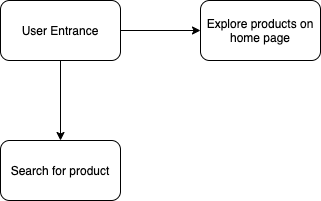
ethanh6/wi21-cse110-lab4 keeps this draw.io diagram as part2/part2.drawio.png. Above is the earlier version. Source tidied: cells renumbered, new cells last; positions are measured from the earlier drawing's top-left corner, leaving out a move shared by most shapes. The source it was exported from:
```xml
<mxGraphModel>
  <root>
    <mxCell id="0" />
    <mxCell id="1" parent="0" />
    <mxCell id="2" style="edgeStyle=orthogonalEdgeStyle;rounded=0;jettySize=auto;html=1;" parent="1" edge="1" source="4" target="5">
      <mxGeometry relative="1" as="geometry" />
    </mxCell>
    <mxCell id="3" style="edgeStyle=orthogonalEdgeStyle;rounded=0;jettySize=auto;html=1;" parent="1" edge="1" source="4" target="6">
      <mxGeometry relative="1" as="geometry" />
    </mxCell>
    <mxCell id="4" value="User Entrance" style="rounded=1;whiteSpace=wrap;html=1;" parent="1" vertex="1">
      <mxGeometry width="120" height="60" as="geometry" />
    </mxCell>
    <mxCell id="5" value="Search for product" style="whiteSpace=wrap;html=1;rounded=1;" parent="1" vertex="1">
      <mxGeometry y="140" width="120" height="60" as="geometry" />
    </mxCell>
    <mxCell id="6" value="Explore products on home page" style="whiteSpace=wrap;html=1;rounded=1;" parent="1" vertex="1">
      <mxGeometry x="200" width="120" height="60" as="geometry" />
    </mxCell>
  </root>
</mxGraphModel>
```
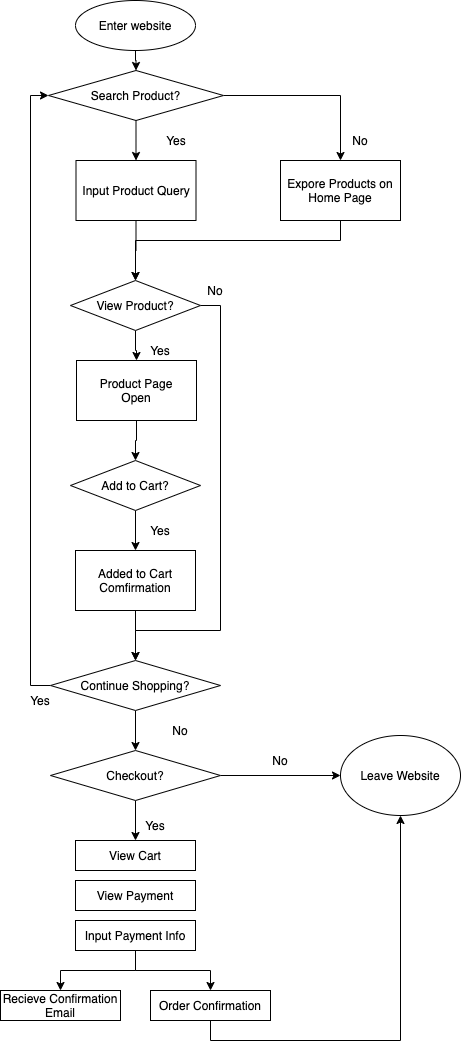
The same file after the commit.

Change to the diagram source:
```diff
@@ -2,20 +2,149 @@
   <root>
     <mxCell id="0" />
     <mxCell id="1" parent="0" />
-    <mxCell id="2" style="edgeStyle=orthogonalEdgeStyle;rounded=0;jettySize=auto;html=1;" parent="1" edge="1" source="4" target="5">
-      <mxGeometry relative="1" as="geometry" />
-    </mxCell>
+    <mxCell id="7" style="edgeStyle=orthogonalEdgeStyle;rounded=0;jettySize=auto;html=1;exitX=0.5;exitY=1;exitDx=0;exitDy=0;" parent="1" edge="1" target="4">
+      <mxGeometry relative="1" as="geometry">
+        <mxPoint x="185" y="-100" as="sourcePoint" />
+      </mxGeometry>
+    </mxCell>
+    <mxCell id="6" style="edgeStyle=orthogonalEdgeStyle;rounded=0;jettySize=auto;html=1;" parent="1" edge="1" source="4" target="5">
+      <mxGeometry relative="1" as="geometry" />
+    </mxCell>
-    <mxCell id="3" style="edgeStyle=orthogonalEdgeStyle;rounded=0;jettySize=auto;html=1;" parent="1" edge="1" source="4" target="6">
+    <mxCell id="3" style="edgeStyle=orthogonalEdgeStyle;rounded=0;jettySize=auto;html=1;exitX=1;exitY=0.5;exitDx=0;exitDy=0;entryX=0.5;entryY=0;entryDx=0;entryDy=0;" parent="1" edge="1" source="4" target="2">
       <mxGeometry relative="1" as="geometry" />
     </mxCell>
-    <mxCell id="4" value="User Entrance" style="rounded=1;whiteSpace=wrap;html=1;" parent="1" vertex="1">
-      <mxGeometry width="120" height="60" as="geometry" />
+    <mxCell id="4" value="Search Product?" style="rhombus;whiteSpace=wrap;html=1;" parent="1" vertex="1">
+      <mxGeometry x="98" y="-70" width="175" height="50" as="geometry" />
     </mxCell>
+    <mxCell id="8" style="edgeStyle=orthogonalEdgeStyle;rounded=0;jettySize=auto;html=1;entryX=0.5;entryY=0;entryDx=0;entryDy=0;" parent="1" edge="1" source="5" target="14">
+      <mxGeometry relative="1" as="geometry" />
+    </mxCell>
-    <mxCell id="5" value="Search for product" style="whiteSpace=wrap;html=1;rounded=1;" parent="1" vertex="1">
-      <mxGeometry y="140" width="120" height="60" as="geometry" />
+    <mxCell id="5" value="Input Product Query" style="rounded=0;whiteSpace=wrap;html=1;" parent="1" vertex="1">
+      <mxGeometry x="125.5" y="20" width="120" height="60" as="geometry" />
     </mxCell>
-    <mxCell id="6" value="Explore products on home page" style="whiteSpace=wrap;html=1;rounded=1;" parent="1" vertex="1">
-      <mxGeometry x="200" width="120" height="60" as="geometry" />
-    </mxCell>
+    <mxCell id="9" style="edgeStyle=orthogonalEdgeStyle;rounded=0;jettySize=auto;html=1;entryX=0.5;entryY=0;entryDx=0;entryDy=0;" parent="1" edge="1" source="2" target="14">
+      <mxGeometry relative="1" as="geometry">
+        <Array as="points">
+          <mxPoint x="390" y="100" />
+          <mxPoint x="185" y="100" />
+        </Array>
+      </mxGeometry>
+    </mxCell>
+    <mxCell id="2" value="Expore Products on Home Page" style="rounded=0;whiteSpace=wrap;html=1;" parent="1" vertex="1">
+      <mxGeometry x="330" y="20" width="120" height="60" as="geometry" />
+    </mxCell>
+    <mxCell id="10" value="Yes" style="text;html=1;strokeColor=none;fillColor=none;align=center;verticalAlign=middle;whiteSpace=wrap;rounded=0;" parent="1" vertex="1">
+      <mxGeometry x="206" y="-10" width="40" height="20" as="geometry" />
+    </mxCell>
+    <mxCell id="11" value="No" style="text;html=1;strokeColor=none;fillColor=none;align=center;verticalAlign=middle;whiteSpace=wrap;rounded=0;" parent="1" vertex="1">
+      <mxGeometry x="390" y="-10" width="40" height="20" as="geometry" />
+    </mxCell>
+    <mxCell id="12" style="edgeStyle=orthogonalEdgeStyle;rounded=0;jettySize=auto;html=1;" parent="1" edge="1" source="14" target="16">
+      <mxGeometry relative="1" as="geometry" />
+    </mxCell>
+    <mxCell id="13" style="edgeStyle=orthogonalEdgeStyle;rounded=0;jettySize=auto;html=1;exitX=1;exitY=0.5;exitDx=0;exitDy=0;entryX=0.5;entryY=0;entryDx=0;entryDy=0;" parent="1" edge="1" source="14" target="25">
+      <mxGeometry relative="1" as="geometry">
+        <Array as="points">
+          <mxPoint x="270" y="165" />
+          <mxPoint x="270" y="490" />
+          <mxPoint x="185" y="490" />
+        </Array>
+      </mxGeometry>
+    </mxCell>
+    <mxCell id="14" value="View Product?" style="rhombus;whiteSpace=wrap;html=1;" parent="1" vertex="1">
+      <mxGeometry x="120" y="140" width="130" height="50" as="geometry" />
+    </mxCell>
+    <mxCell id="15" style="edgeStyle=orthogonalEdgeStyle;rounded=0;jettySize=auto;html=1;" parent="1" edge="1" source="16" target="18">
+      <mxGeometry relative="1" as="geometry" />
+    </mxCell>
+    <mxCell id="16" value="Product Page&lt;br&gt;Open" style="rounded=0;whiteSpace=wrap;html=1;" parent="1" vertex="1">
+      <mxGeometry x="126" y="220" width="120" height="60" as="geometry" />
+    </mxCell>
+    <mxCell id="17" style="edgeStyle=orthogonalEdgeStyle;rounded=0;jettySize=auto;html=1;" parent="1" edge="1" source="18" target="20">
+      <mxGeometry relative="1" as="geometry" />
+    </mxCell>
+    <mxCell id="18" value="Add to Cart?" style="rhombus;whiteSpace=wrap;html=1;" parent="1" vertex="1">
+      <mxGeometry x="120" y="320" width="130" height="50" as="geometry" />
+    </mxCell>
+    <mxCell id="19" style="edgeStyle=orthogonalEdgeStyle;rounded=0;jettySize=auto;html=1;" parent="1" edge="1" source="20" target="25">
+      <mxGeometry relative="1" as="geometry">
+        <Array as="points">
+          <mxPoint x="185" y="490" />
+          <mxPoint x="185" y="490" />
+        </Array>
+      </mxGeometry>
+    </mxCell>
+    <mxCell id="20" value="Added to Cart Comfirmation" style="rounded=0;whiteSpace=wrap;html=1;" parent="1" vertex="1">
+      <mxGeometry x="125" y="410" width="120" height="60" as="geometry" />
+    </mxCell>
+    <mxCell id="21" value="Yes" style="text;html=1;strokeColor=none;fillColor=none;align=center;verticalAlign=middle;whiteSpace=wrap;rounded=0;" parent="1" vertex="1">
+      <mxGeometry x="190" y="200" width="40" height="20" as="geometry" />
+    </mxCell>
+    <mxCell id="22" value="Yes" style="text;html=1;strokeColor=none;fillColor=none;align=center;verticalAlign=middle;whiteSpace=wrap;rounded=0;" parent="1" vertex="1">
+      <mxGeometry x="190" y="380" width="40" height="20" as="geometry" />
+    </mxCell>
+    <mxCell id="23" style="edgeStyle=orthogonalEdgeStyle;rounded=0;jettySize=auto;html=1;exitX=0;exitY=0.5;exitDx=0;exitDy=0;entryX=0;entryY=0.5;entryDx=0;entryDy=0;" parent="1" edge="1" source="25" target="4">
+      <mxGeometry relative="1" as="geometry" />
+    </mxCell>
+    <mxCell id="24" style="edgeStyle=orthogonalEdgeStyle;rounded=0;jettySize=auto;html=1;exitX=0.5;exitY=1;exitDx=0;exitDy=0;entryX=0.5;entryY=0;entryDx=0;entryDy=0;" parent="1" edge="1" source="25" target="30">
+      <mxGeometry relative="1" as="geometry" />
+    </mxCell>
+    <mxCell id="25" value="Continue Shopping?" style="rhombus;whiteSpace=wrap;html=1;" parent="1" vertex="1">
+      <mxGeometry x="100" y="520" width="170" height="50" as="geometry" />
+    </mxCell>
+    <mxCell id="26" value="Yes" style="text;html=1;strokeColor=none;fillColor=none;align=center;verticalAlign=middle;whiteSpace=wrap;rounded=0;" parent="1" vertex="1">
+      <mxGeometry x="70" y="550" width="40" height="20" as="geometry" />
+    </mxCell>
+    <mxCell id="27" value="No" style="text;html=1;strokeColor=none;fillColor=none;align=center;verticalAlign=middle;whiteSpace=wrap;rounded=0;" parent="1" vertex="1">
+      <mxGeometry x="245" y="140" width="40" height="20" as="geometry" />
+    </mxCell>
+    <mxCell id="28" style="edgeStyle=orthogonalEdgeStyle;rounded=0;jettySize=auto;html=1;exitX=1;exitY=0.5;exitDx=0;exitDy=0;" parent="1" edge="1" source="30" target="31">
+      <mxGeometry relative="1" as="geometry" />
+    </mxCell>
+    <mxCell id="29" style="edgeStyle=orthogonalEdgeStyle;rounded=0;jettySize=auto;html=1;exitX=0.5;exitY=1;exitDx=0;exitDy=0;entryX=0.5;entryY=0;entryDx=0;entryDy=0;" parent="1" edge="1" source="30" target="34">
+      <mxGeometry relative="1" as="geometry" />
+    </mxCell>
+    <mxCell id="30" value="Checkout?" style="rhombus;whiteSpace=wrap;html=1;" parent="1" vertex="1">
+      <mxGeometry x="100" y="610" width="170" height="50" as="geometry" />
+    </mxCell>
+    <mxCell id="31" value="Leave Website" style="ellipse;whiteSpace=wrap;html=1;" parent="1" vertex="1">
+      <mxGeometry x="390" y="595" width="120" height="80" as="geometry" />
+    </mxCell>
+    <mxCell id="32" value="No" style="text;html=1;strokeColor=none;fillColor=none;align=center;verticalAlign=middle;whiteSpace=wrap;rounded=0;" parent="1" vertex="1">
+      <mxGeometry x="310" y="610" width="40" height="20" as="geometry" />
+    </mxCell>
+    <mxCell id="33" value="Yes" style="text;html=1;strokeColor=none;fillColor=none;align=center;verticalAlign=middle;whiteSpace=wrap;rounded=0;" parent="1" vertex="1">
+      <mxGeometry x="185" y="675" width="40" height="20" as="geometry" />
+    </mxCell>
+    <mxCell id="34" value="View Cart" style="rounded=0;whiteSpace=wrap;html=1;" parent="1" vertex="1">
+      <mxGeometry x="125" y="700" width="120" height="30" as="geometry" />
+    </mxCell>
+    <mxCell id="35" value="View Payment" style="rounded=0;whiteSpace=wrap;html=1;" parent="1" vertex="1">
+      <mxGeometry x="125" y="740" width="120" height="30" as="geometry" />
+    </mxCell>
+    <mxCell id="36" style="edgeStyle=orthogonalEdgeStyle;rounded=0;jettySize=auto;html=1;" parent="1" edge="1" source="38" target="40">
+      <mxGeometry relative="1" as="geometry" />
+    </mxCell>
+    <mxCell id="37" style="edgeStyle=orthogonalEdgeStyle;rounded=0;jettySize=auto;html=1;exitX=0.5;exitY=1;exitDx=0;exitDy=0;" parent="1" edge="1" source="38" target="41">
+      <mxGeometry relative="1" as="geometry" />
+    </mxCell>
+    <mxCell id="38" value="Input Payment Info" style="rounded=0;whiteSpace=wrap;html=1;" parent="1" vertex="1">
+      <mxGeometry x="125" y="780" width="120" height="30" as="geometry" />
+    </mxCell>
+    <mxCell id="39" style="edgeStyle=orthogonalEdgeStyle;rounded=0;jettySize=auto;html=1;exitX=0.5;exitY=1;exitDx=0;exitDy=0;" parent="1" edge="1" source="40" target="31">
+      <mxGeometry relative="1" as="geometry" />
+    </mxCell>
+    <mxCell id="40" value="Order Confirmation" style="rounded=0;whiteSpace=wrap;html=1;" parent="1" vertex="1">
+      <mxGeometry x="200" y="850" width="120" height="30" as="geometry" />
+    </mxCell>
+    <mxCell id="41" value="Recieve Confirmation Email" style="rounded=0;whiteSpace=wrap;html=1;" parent="1" vertex="1">
+      <mxGeometry x="50" y="850" width="120" height="30" as="geometry" />
+    </mxCell>
+    <mxCell id="42" value="Enter website" style="ellipse;whiteSpace=wrap;html=1;" parent="1" vertex="1">
+      <mxGeometry x="125" y="-140" width="120" height="50" as="geometry" />
+    </mxCell>
+    <mxCell id="43" value="No" style="text;html=1;strokeColor=none;fillColor=none;align=center;verticalAlign=middle;whiteSpace=wrap;rounded=0;" parent="1" vertex="1">
+      <mxGeometry x="210" y="580" width="40" height="20" as="geometry" />
+    </mxCell>
   </root>
 </mxGraphModel>
```
